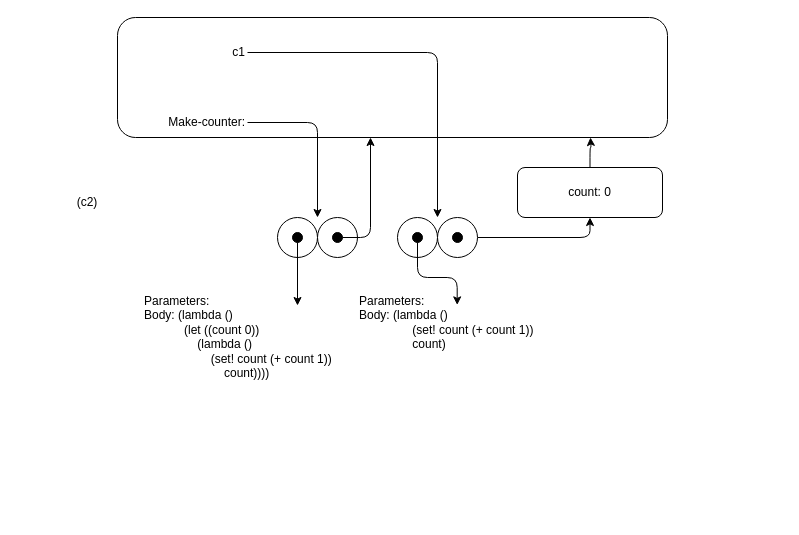
The draw.io diagram Oblig2b/Oppg1b.drawio in slish/Functional-Programming, before the edit. Source tidied: cells renumbered, new cells numbered last; positions are measured from the earlier drawing's top-left corner, leaving out a move shared by most shapes. Both pictures are drawn from the tidied source at 100%, with x=0, y=0 at pixel (57, 17).
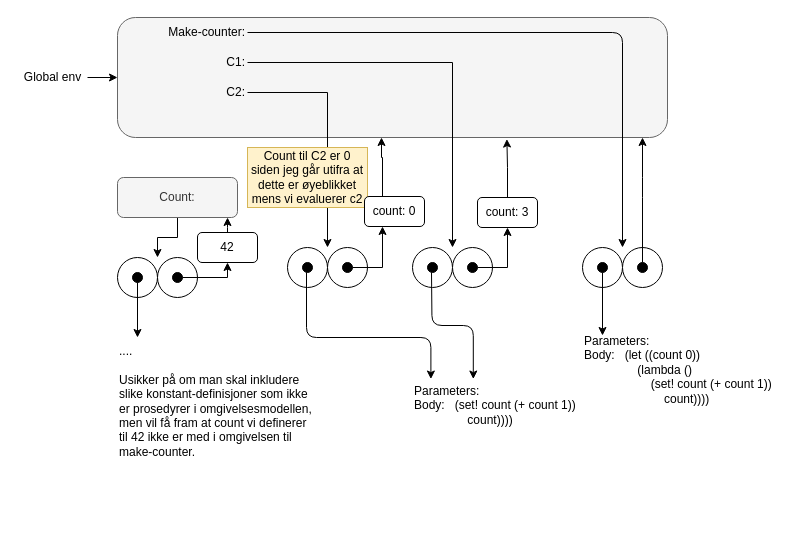
Above is the later version.

Diff of the diagram source:
```diff
@@
-    <mxCell id="2" value="(c2)" style="text;html=1;strokeColor=none;fillColor=none;align=center;verticalAlign=middle;whiteSpace=wrap;rounded=0;" parent="1" vertex="1">
-      <mxGeometry y="170" width="60" height="30" as="geometry" />
-    </mxCell>
-    <mxCell id="3" style="rounded=1;whiteSpace=wrap;html=1;" parent="1" vertex="1">
+    <mxCell id="3" style="rounded=1;whiteSpace=wrap;html=1;fillColor=#f5f5f5;strokeColor=#666666;fontColor=#333333;" parent="1" vertex="1">
       <mxGeometry x="60" width="550" height="120" as="geometry" />
     </mxCell>
-    <mxCell id="4" style="edgeStyle=orthogonalEdgeStyle;rounded=1;jettySize=auto;html=1;" parent="1" edge="1" source="5">
+    <mxCell id="4" style="edgeStyle=orthogonalEdgeStyle;rounded=1;jettySize=auto;html=1;exitX=1;exitY=0.5;exitDx=0;exitDy=0;" parent="1" edge="1" source="5">
       <mxGeometry relative="1" as="geometry">
-        <mxPoint x="260" y="200" as="targetPoint" />
+        <mxPoint x="565" y="230" as="targetPoint" />
         <Array as="points">
-          <mxPoint x="260" y="105" />
+          <mxPoint x="565" y="15" />
         </Array>
       </mxGeometry>
     </mxCell>
     <mxCell id="5" value="Make-counter:" style="text;html=1;strokeColor=none;fillColor=none;align=right;verticalAlign=middle;whiteSpace=wrap;rounded=0;" parent="1" vertex="1">
-      <mxGeometry x="70" y="90" width="120" height="30" as="geometry" />
+      <mxGeometry x="70" width="120" height="30" as="geometry" />
     </mxCell>
     <mxCell id="6" style="ellipse;whiteSpace=wrap;html=1;" parent="1" vertex="1">
-      <mxGeometry x="220" y="200" width="40" height="40" as="geometry" />
+      <mxGeometry x="525" y="230" width="40" height="40" as="geometry" />
     </mxCell>
     <mxCell id="7" style="ellipse;whiteSpace=wrap;html=1;" parent="1" vertex="1">
-      <mxGeometry x="260" y="200" width="40" height="40" as="geometry" />
+      <mxGeometry x="565" y="230" width="40" height="40" as="geometry" />
     </mxCell>
     <mxCell id="8" style="edgeStyle=orthogonalEdgeStyle;rounded=1;jettySize=auto;html=1;" parent="1" edge="1" source="9" target="3">
       <mxGeometry relative="1" as="geometry">
         <Array as="points">
-          <mxPoint x="313" y="220" />
+          <mxPoint x="585" y="170" />
+          <mxPoint x="585" y="170" />
         </Array>
       </mxGeometry>
     </mxCell>
     <mxCell id="9" style="ellipse;whiteSpace=wrap;html=1;fillColor=#000000;" parent="1" vertex="1">
-      <mxGeometry x="275" y="215" width="10" height="10" as="geometry" />
+      <mxGeometry x="580" y="245" width="10" height="10" as="geometry" />
     </mxCell>
     <mxCell id="10" style="edgeStyle=orthogonalEdgeStyle;rounded=1;jettySize=auto;html=1;" parent="1" edge="1" source="11">
       <mxGeometry relative="1" as="geometry">
-        <mxPoint x="240" y="288" as="targetPoint" />
+        <mxPoint x="545" y="318" as="targetPoint" />
       </mxGeometry>
     </mxCell>
     <mxCell id="11" style="ellipse;whiteSpace=wrap;html=1;fillColor=#000000;" parent="1" vertex="1">
-      <mxGeometry x="235" y="215" width="10" height="10" as="geometry" />
+      <mxGeometry x="540" y="245" width="10" height="10" as="geometry" />
     </mxCell>
-    <mxCell id="12" value="Parameters:&amp;nbsp;&lt;br&gt;Body:&amp;nbsp;&lt;span&gt;(lambda ()&lt;br&gt;&lt;/span&gt;&lt;span&gt;&lt;span style=&quot;white-space: pre&quot;&gt;&#9;&lt;/span&gt;&amp;nbsp; &amp;nbsp; (let ((count 0))&lt;/span&gt;&lt;br&gt;&lt;span&gt;&amp;nbsp; &amp;nbsp; &amp;nbsp; &lt;span style=&quot;white-space: pre&quot;&gt;&#9;&lt;/span&gt;&lt;span style=&quot;white-space: pre&quot;&gt;&#9;&lt;/span&gt;(lambda ()&lt;/span&gt;&lt;br&gt;&lt;span&gt;&amp;nbsp; &amp;nbsp; &amp;nbsp; &amp;nbsp; &lt;span style=&quot;white-space: pre&quot;&gt;&#9;&lt;/span&gt;&amp;nbsp; &amp;nbsp; (set! count (+ count 1))&lt;/span&gt;&lt;br&gt;&lt;div&gt;&amp;nbsp; &amp;nbsp; &amp;nbsp; &amp;nbsp;&lt;span style=&quot;white-space: pre&quot;&gt;&#9;&lt;/span&gt; &lt;span style=&quot;white-space: pre&quot;&gt;&#9;&lt;/span&gt;&lt;span style=&quot;white-space: pre&quot;&gt;&#9;&lt;/span&gt;count))))&lt;/div&gt;" style="text;html=1;strokeColor=none;fillColor=none;align=left;verticalAlign=top;whiteSpace=wrap;rounded=0;horizontal=1;" parent="1" vertex="1">
-      <mxGeometry x="85" y="270" width="200" height="140" as="geometry" />
+    <mxCell id="12" value="Parameters:&amp;nbsp;&lt;br&gt;Body:&lt;span&gt;&amp;nbsp; &amp;nbsp;(let ((count 0))&lt;/span&gt;&lt;br&gt;&lt;span&gt;&amp;nbsp; &amp;nbsp; &amp;nbsp; &lt;span style=&quot;white-space: pre&quot;&gt;&#9;&lt;/span&gt;&lt;span style=&quot;white-space: pre&quot;&gt;&#9;&lt;/span&gt;(lambda ()&lt;/span&gt;&lt;br&gt;&lt;span&gt;&amp;nbsp; &amp;nbsp; &amp;nbsp; &amp;nbsp; &lt;span style=&quot;white-space: pre&quot;&gt;&#9;&lt;/span&gt;&amp;nbsp; &amp;nbsp; (set! count (+ count 1))&lt;/span&gt;&lt;br&gt;&lt;div&gt;&amp;nbsp; &amp;nbsp; &amp;nbsp; &amp;nbsp;&lt;span style=&quot;white-space: pre&quot;&gt;&#9;&lt;/span&gt; &lt;span style=&quot;white-space: pre&quot;&gt;&#9;&lt;/span&gt;&lt;span style=&quot;white-space: pre&quot;&gt;&#9;&lt;/span&gt;count))))&lt;/div&gt;" style="text;html=1;strokeColor=none;fillColor=none;align=left;verticalAlign=top;whiteSpace=wrap;rounded=0;horizontal=1;" parent="1" vertex="1">
+      <mxGeometry x="525" y="310" width="200" height="140" as="geometry" />
     </mxCell>
-    <mxCell id="13" style="edgeStyle=orthogonalEdgeStyle;rounded=1;jettySize=auto;html=1;" parent="1" edge="1" source="14">
-      <mxGeometry relative="1" as="geometry">
-        <mxPoint x="380" y="200" as="targetPoint" />
-        <Array as="points">
-          <mxPoint x="380" y="35" />
-        </Array>
-      </mxGeometry>
-    </mxCell>
-    <mxCell id="14" value="c1" style="text;html=1;strokeColor=none;fillColor=none;align=right;verticalAlign=middle;whiteSpace=wrap;rounded=0;" parent="1" vertex="1">
-      <mxGeometry x="70" y="20" width="120" height="30" as="geometry" />
-    </mxCell>
-    <mxCell id="15" style="ellipse;whiteSpace=wrap;html=1;" parent="1" vertex="1">
-      <mxGeometry x="340" y="200" width="40" height="40" as="geometry" />
-    </mxCell>
-    <mxCell id="16" style="edgeStyle=orthogonalEdgeStyle;rounded=1;jettySize=auto;html=1;entryX=0.5;entryY=1;entryDx=0;entryDy=0;" parent="1" edge="1" source="17" target="23">
-      <mxGeometry relative="1" as="geometry" />
-    </mxCell>
-    <mxCell id="17" style="ellipse;whiteSpace=wrap;html=1;" parent="1" vertex="1">
-      <mxGeometry x="380" y="200" width="40" height="40" as="geometry" />
-    </mxCell>
-    <mxCell id="18" style="ellipse;whiteSpace=wrap;html=1;fillColor=#000000;" parent="1" vertex="1">
-      <mxGeometry x="395" y="215" width="10" height="10" as="geometry" />
-    </mxCell>
-    <mxCell id="19" style="edgeStyle=orthogonalEdgeStyle;rounded=1;jettySize=auto;html=1;" parent="1" edge="1" source="20">
-      <mxGeometry relative="1" as="geometry">
-        <mxPoint x="399.7" y="287.4" as="targetPoint" />
-        <Array as="points">
-          <mxPoint x="360" y="260" />
-          <mxPoint x="400" y="260" />
-        </Array>
-      </mxGeometry>
-    </mxCell>
-    <mxCell id="20" style="ellipse;whiteSpace=wrap;html=1;fillColor=#000000;" parent="1" vertex="1">
-      <mxGeometry x="355" y="215" width="10" height="10" as="geometry" />
-    </mxCell>
-    <mxCell id="21" value="Parameters:&amp;nbsp;&lt;br&gt;Body:&amp;nbsp;&lt;span&gt;(lambda ()&lt;/span&gt;&lt;div&gt;&amp;nbsp; &amp;nbsp; &amp;nbsp; &amp;nbsp; &lt;span style=&quot;white-space: pre&quot;&gt;&#9;&lt;/span&gt;(set! count (+ count 1))&lt;/div&gt;&lt;div&gt;&amp;nbsp; &amp;nbsp; &amp;nbsp; &amp;nbsp; &lt;span style=&quot;white-space: pre&quot;&gt;&#9;&lt;/span&gt;count)&lt;/div&gt;" style="text;html=1;strokeColor=none;fillColor=none;align=left;verticalAlign=top;whiteSpace=wrap;rounded=0;horizontal=1;" parent="1" vertex="1">
-      <mxGeometry x="300" y="270" width="200" height="140" as="geometry" />
-    </mxCell>
-    <mxCell id="22" style="edgeStyle=orthogonalEdgeStyle;rounded=1;jettySize=auto;html=1;" parent="1" edge="1" source="23">
-      <mxGeometry relative="1" as="geometry">
-        <mxPoint x="533" y="120" as="targetPoint" />
-      </mxGeometry>
-    </mxCell>
+    <mxCell id="24" style="edgeStyle=orthogonalEdgeStyle;rounded=0;jettySize=auto;html=1;" parent="1" edge="1" source="25" target="3">
+      <mxGeometry relative="1" as="geometry" />
+    </mxCell>
+    <mxCell id="25" value="Global env" style="text;html=1;align=center;verticalAlign=middle;points=[];strokeColor=none;fillColor=none;" parent="1" vertex="1">
+      <mxGeometry x="-40" y="50" width="70" height="20" as="geometry" />
+    </mxCell>
+    <mxCell id="26" style="edgeStyle=orthogonalEdgeStyle;rounded=0;jettySize=auto;html=1;exitX=1;exitY=0.5;exitDx=0;exitDy=0;" parent="1" edge="1" source="27">
+      <mxGeometry relative="1" as="geometry">
+        <mxPoint x="395" y="230" as="targetPoint" />
+        <Array as="points">
+          <mxPoint x="395" y="45" />
+        </Array>
+      </mxGeometry>
+    </mxCell>
+    <mxCell id="27" value="C1:" style="text;html=1;strokeColor=none;fillColor=none;align=right;verticalAlign=middle;whiteSpace=wrap;rounded=0;" parent="1" vertex="1">
+      <mxGeometry x="70" y="30" width="120" height="30" as="geometry" />
+    </mxCell>
+    <mxCell id="28" style="ellipse;whiteSpace=wrap;html=1;" parent="1" vertex="1">
+      <mxGeometry x="355" y="230" width="40" height="40" as="geometry" />
+    </mxCell>
+    <mxCell id="29" style="ellipse;whiteSpace=wrap;html=1;" parent="1" vertex="1">
+      <mxGeometry x="395" y="230" width="40" height="40" as="geometry" />
+    </mxCell>
+    <mxCell id="30" style="ellipse;whiteSpace=wrap;html=1;fillColor=#000000;" parent="1" vertex="1">
+      <mxGeometry x="410" y="245" width="10" height="10" as="geometry" />
+    </mxCell>
+    <mxCell id="31" style="ellipse;whiteSpace=wrap;html=1;fillColor=#000000;" parent="1" vertex="1">
+      <mxGeometry x="370" y="245" width="10" height="10" as="geometry" />
+    </mxCell>
+    <mxCell id="32" style="edgeStyle=orthogonalEdgeStyle;rounded=0;jettySize=auto;html=1;entryX=0.708;entryY=1.013;entryDx=0;entryDy=0;entryPerimeter=0;" parent="1" edge="1" source="33" target="3">
+      <mxGeometry relative="1" as="geometry" />
+    </mxCell>
+    <mxCell id="33" value="count: 3" style="rounded=1;whiteSpace=wrap;html=1;" parent="1" vertex="1">
+      <mxGeometry x="420" y="180" width="60" height="30" as="geometry" />
+    </mxCell>
+    <mxCell id="34" style="edgeStyle=orthogonalEdgeStyle;rounded=0;jettySize=auto;html=1;" parent="1" edge="1" source="35">
+      <mxGeometry relative="1" as="geometry">
+        <mxPoint x="270" y="230" as="targetPoint" />
+        <Array as="points">
+          <mxPoint x="270" y="75" />
+        </Array>
+      </mxGeometry>
+    </mxCell>
+    <mxCell id="35" value="C2:" style="text;html=1;strokeColor=none;fillColor=none;align=right;verticalAlign=middle;whiteSpace=wrap;rounded=0;" parent="1" vertex="1">
+      <mxGeometry x="70" y="60" width="120" height="30" as="geometry" />
+    </mxCell>
+    <mxCell id="36" style="ellipse;whiteSpace=wrap;html=1;" parent="1" vertex="1">
+      <mxGeometry x="230" y="230" width="40" height="40" as="geometry" />
+    </mxCell>
+    <mxCell id="37" style="ellipse;whiteSpace=wrap;html=1;" parent="1" vertex="1">
+      <mxGeometry x="270" y="230" width="40" height="40" as="geometry" />
+    </mxCell>
+    <mxCell id="38" style="ellipse;whiteSpace=wrap;html=1;fillColor=#000000;" parent="1" vertex="1">
+      <mxGeometry x="285" y="245" width="10" height="10" as="geometry" />
+    </mxCell>
+    <mxCell id="39" style="ellipse;whiteSpace=wrap;html=1;fillColor=#000000;" parent="1" vertex="1">
+      <mxGeometry x="245" y="245" width="10" height="10" as="geometry" />
+    </mxCell>
+    <mxCell id="40" style="edgeStyle=orthogonalEdgeStyle;rounded=0;jettySize=auto;html=1;" parent="1" edge="1" source="23" target="3">
+      <mxGeometry relative="1" as="geometry">
+        <Array as="points">
+          <mxPoint x="325" y="140" />
+          <mxPoint x="324" y="140" />
+        </Array>
+      </mxGeometry>
+    </mxCell>
+    <mxCell id="41" style="edgeStyle=orthogonalEdgeStyle;rounded=1;jettySize=auto;html=1;entryX=0.304;entryY=0.011;entryDx=0;entryDy=0;entryPerimeter=0;" parent="1" edge="1" target="42">
+      <mxGeometry relative="1" as="geometry">
+        <mxPoint x="374" y="255" as="sourcePoint" />
+      </mxGeometry>
+    </mxCell>
+    <mxCell id="42" value="Parameters:&amp;nbsp;&lt;br&gt;Body:&lt;span&gt;&amp;nbsp; &amp;nbsp;&lt;/span&gt;&lt;span&gt;(set! count (+ count 1))&lt;/span&gt;&lt;br&gt;&lt;div&gt;&amp;nbsp; &amp;nbsp; &amp;nbsp; &amp;nbsp;&lt;span style=&quot;white-space: pre&quot;&gt;&#9;&lt;/span&gt; &lt;span style=&quot;white-space: pre&quot;&gt;&#9;&lt;/span&gt;count))))&lt;/div&gt;" style="text;html=1;strokeColor=none;fillColor=none;align=left;verticalAlign=top;whiteSpace=wrap;rounded=0;horizontal=1;" parent="1" vertex="1">
+      <mxGeometry x="355" y="360" width="200" height="140" as="geometry" />
+    </mxCell>
+    <mxCell id="43" style="edgeStyle=orthogonalEdgeStyle;rounded=1;jettySize=auto;html=1;entryX=0.092;entryY=0.011;entryDx=0;entryDy=0;entryPerimeter=0;" parent="1" edge="1" target="42">
+      <mxGeometry relative="1" as="geometry">
+        <mxPoint x="249" y="255" as="sourcePoint" />
+        <Array as="points">
+          <mxPoint x="249" y="320" />
+          <mxPoint x="373" y="320" />
+        </Array>
+      </mxGeometry>
+    </mxCell>
+    <mxCell id="44" style="edgeStyle=orthogonalEdgeStyle;rounded=0;jettySize=auto;html=1;" parent="1" edge="1" source="45">
+      <mxGeometry relative="1" as="geometry">
+        <mxPoint x="100" y="240" as="targetPoint" />
+        <Array as="points">
+          <mxPoint x="120" y="220" />
+          <mxPoint x="100" y="220" />
+        </Array>
+      </mxGeometry>
+    </mxCell>
+    <mxCell id="45" value="Count:" style="rounded=1;whiteSpace=wrap;html=1;fillColor=#f5f5f5;strokeColor=#666666;fontColor=#333333;" parent="1" vertex="1">
+      <mxGeometry x="60" y="160" width="120" height="40" as="geometry" />
+    </mxCell>
+    <mxCell id="46" style="ellipse;whiteSpace=wrap;html=1;" parent="1" vertex="1">
+      <mxGeometry x="60" y="240" width="40" height="40" as="geometry" />
+    </mxCell>
+    <mxCell id="47" style="ellipse;whiteSpace=wrap;html=1;" parent="1" vertex="1">
+      <mxGeometry x="100" y="240" width="40" height="40" as="geometry" />
+    </mxCell>
+    <mxCell id="48" style="ellipse;whiteSpace=wrap;html=1;fillColor=#000000;" parent="1" vertex="1">
+      <mxGeometry x="115" y="255" width="10" height="10" as="geometry" />
+    </mxCell>
+    <mxCell id="49" style="edgeStyle=orthogonalEdgeStyle;rounded=0;jettySize=auto;html=1;" parent="1" edge="1" source="50">
+      <mxGeometry relative="1" as="geometry">
+        <mxPoint x="80" y="320" as="targetPoint" />
+      </mxGeometry>
+    </mxCell>
+    <mxCell id="50" style="ellipse;whiteSpace=wrap;html=1;fillColor=#000000;" parent="1" vertex="1">
+      <mxGeometry x="75" y="255" width="10" height="10" as="geometry" />
+    </mxCell>
+    <mxCell id="51" style="edgeStyle=orthogonalEdgeStyle;rounded=0;jettySize=auto;html=1;entryX=0.917;entryY=1;entryDx=0;entryDy=0;entryPerimeter=0;" parent="1" edge="1" source="52" target="45">
+      <mxGeometry relative="1" as="geometry">
+        <Array as="points">
+          <mxPoint x="170" y="210" />
+          <mxPoint x="170" y="210" />
+        </Array>
+      </mxGeometry>
+    </mxCell>
+    <mxCell id="52" value="42" style="rounded=1;whiteSpace=wrap;html=1;" parent="1" vertex="1">
+      <mxGeometry x="140" y="215" width="60" height="30" as="geometry" />
+    </mxCell>
+    <mxCell id="53" value="Count til C2 er 0 siden jeg går utifra at dette er øyeblikket mens vi evaluerer c2" style="rounded=0;whiteSpace=wrap;html=1;fillColor=#fff2cc;strokeColor=#d6b656;" parent="1" vertex="1">
+      <mxGeometry x="190" y="130" width="120" height="60" as="geometry" />
+    </mxCell>
+    <mxCell id="54" style="edgeStyle=orthogonalEdgeStyle;rounded=0;jettySize=auto;html=1;exitX=1;exitY=0.5;exitDx=0;exitDy=0;" parent="1" edge="1" source="38" target="23">
+      <mxGeometry relative="1" as="geometry">
+        <Array as="points">
+          <mxPoint x="325" y="250" />
+        </Array>
+      </mxGeometry>
+    </mxCell>
+    <mxCell id="55" style="edgeStyle=orthogonalEdgeStyle;rounded=0;jettySize=auto;html=1;exitX=1;exitY=0.5;exitDx=0;exitDy=0;" parent="1" edge="1" source="30" target="33">
+      <mxGeometry relative="1" as="geometry">
+        <Array as="points">
+          <mxPoint x="450" y="250" />
+        </Array>
+      </mxGeometry>
+    </mxCell>
+    <mxCell id="56" style="edgeStyle=orthogonalEdgeStyle;rounded=0;jettySize=auto;html=1;exitX=1;exitY=0.5;exitDx=0;exitDy=0;" parent="1" edge="1" source="48" target="52">
+      <mxGeometry relative="1" as="geometry">
+        <Array as="points">
+          <mxPoint x="170" y="260" />
+        </Array>
+      </mxGeometry>
+    </mxCell>
+    <mxCell id="57" value="....&lt;br&gt;&lt;br&gt;Usikker på om man skal inkludere slike konstant-definisjoner som ikke er prosedyrer i omgivelsesmodellen, men vil få fram at count vi definerer til 42 ikke er med i omgivelsen til make-counter.&amp;nbsp;" style="text;html=1;strokeColor=none;fillColor=none;align=left;verticalAlign=top;whiteSpace=wrap;rounded=0;horizontal=1;" parent="1" vertex="1">
+      <mxGeometry x="60" y="320" width="200" height="140" as="geometry" />
+    </mxCell>
     <mxCell id="23" value="count: 0" style="rounded=1;whiteSpace=wrap;html=1;" parent="1" vertex="1">
-      <mxGeometry x="460" y="150" width="145" height="50" as="geometry" />
+      <mxGeometry x="307" y="179" width="60" height="30" as="geometry" />
     </mxCell>
```
